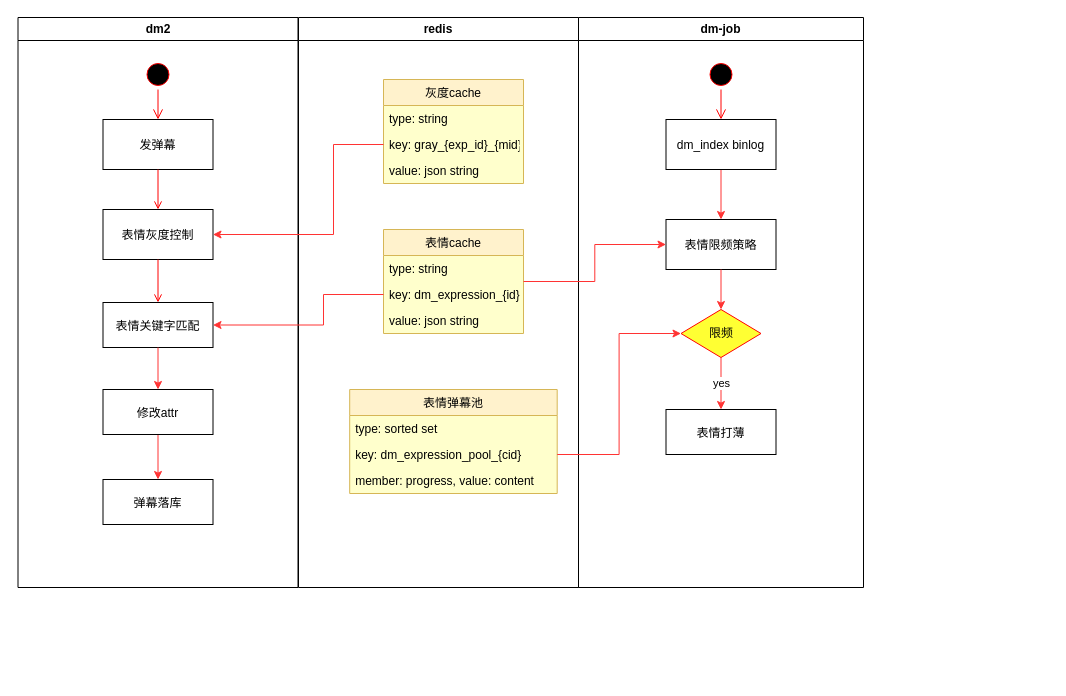
Before: 未命名绘图.drawio in rumblechen/draw, a draw.io diagram. Source tidied: cells renumbered, new cells numbered last; positions are measured from the earlier drawing's top-left corner, leaving out a move shared by most shapes. Both pictures are drawn from the tidied source at 100%, with x=0, y=0 at pixel (17, 17).
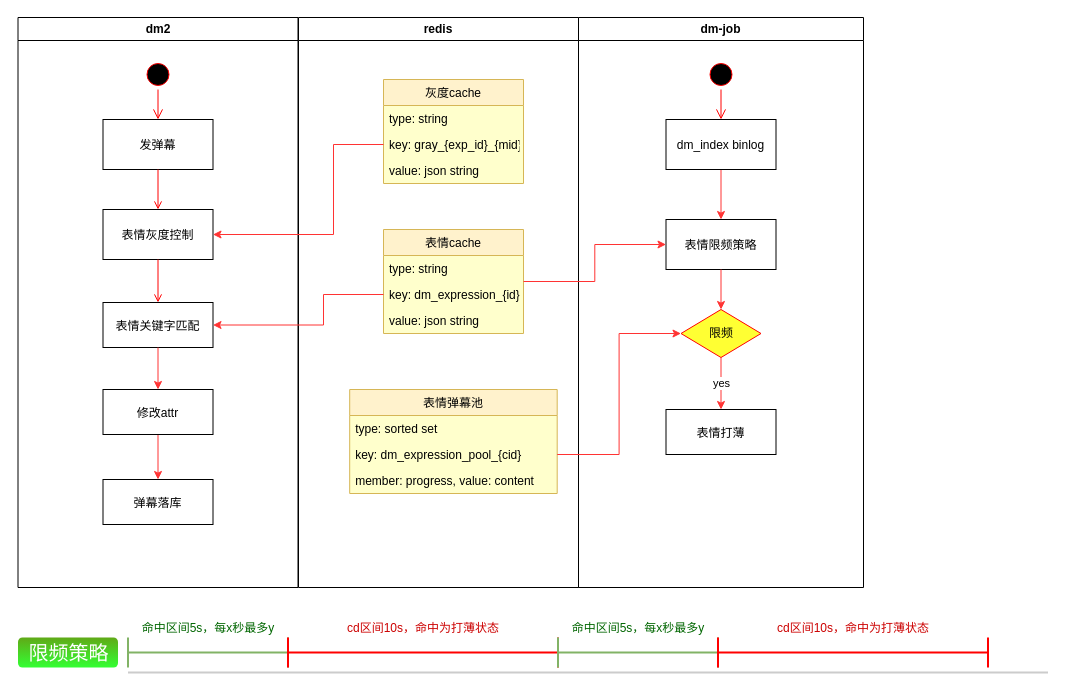
Above is the later version.

Commit message:
更新未命名绘图.drawio

Change to the diagram source:
```diff
@@
+    <mxCell id="41" value="命中区间5s，每x秒最多y" style="shape=crossbar;whiteSpace=wrap;html=1;rounded=1;strokeColor=#82b366;strokeWidth=2;labelPosition=center;verticalLabelPosition=top;align=center;verticalAlign=bottom;fillColor=#d5e8d4;fontColor=#006600;" parent="1" vertex="1">
+      <mxGeometry x="110.5" y="620" width="160" height="30" as="geometry" />
+    </mxCell>
+    <mxCell id="42" value="cd区间10s，命中为打薄状态" style="shape=crossbar;whiteSpace=wrap;html=1;rounded=1;strokeColor=#FF0000;strokeWidth=2;labelPosition=center;verticalLabelPosition=top;align=center;verticalAlign=bottom;fontColor=#CC0000;" parent="1" vertex="1">
+      <mxGeometry x="270.5" y="620" width="270" height="30" as="geometry" />
+    </mxCell>
+    <mxCell id="43" style="line;strokeWidth=2;html=1;perimeter=backbonePerimeter;gradientColor=none;fillColor=none;strokeColor=#CCCCCC;" parent="1" vertex="1">
+      <mxGeometry x="110.5" y="650" width="920" height="10" as="geometry" />
+    </mxCell>
+    <mxCell id="44" value="命中区间5s，每x秒最多y" style="shape=crossbar;whiteSpace=wrap;html=1;rounded=1;strokeColor=#82b366;strokeWidth=2;labelPosition=center;verticalLabelPosition=top;align=center;verticalAlign=bottom;fillColor=#d5e8d4;fontColor=#006600;" parent="1" vertex="1">
+      <mxGeometry x="540.5" y="620" width="160" height="30" as="geometry" />
+    </mxCell>
+    <mxCell id="45" value="cd区间10s，命中为打薄状态" style="shape=crossbar;whiteSpace=wrap;html=1;rounded=1;strokeColor=#FF0000;strokeWidth=2;labelPosition=center;verticalLabelPosition=top;align=center;verticalAlign=bottom;fontColor=#CC0000;" parent="1" vertex="1">
+      <mxGeometry x="700.5" y="620" width="270" height="30" as="geometry" />
+    </mxCell>
+    <mxCell id="46" value="限频策略" style="text;html=1;align=center;verticalAlign=middle;fontSize=20;fillColor=#60a917;rounded=1;fontColor=#ffffff;gradientColor=#33FF33;" parent="1" vertex="1">
+      <mxGeometry x="0.5" y="620" width="100" height="30" as="geometry" />
+    </mxCell>
```
